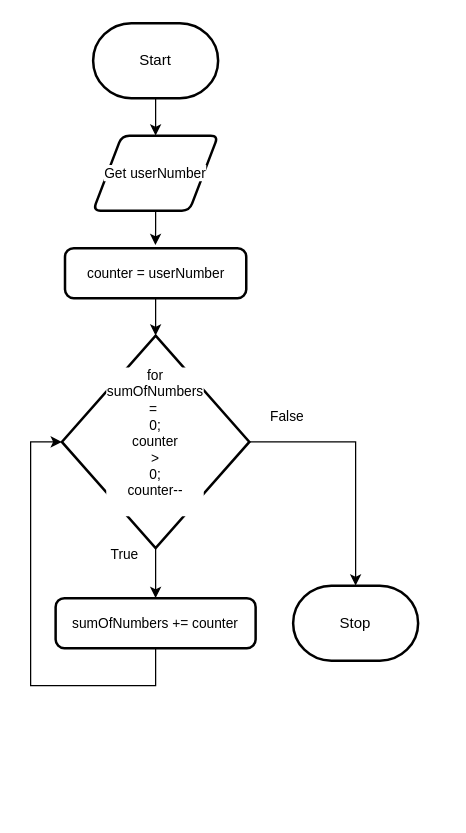
Earlier version of the draw.io diagram design/flowchart.drawio (MTHS-ICD2O-1-2024/ICD2O-Unit-5-07-bain-liao-1). Source tidied: cells renumbered, new cells numbered last; positions are measured from the earlier drawing's top-left corner, leaving out a move shared by most shapes. Both pictures are drawn from the tidied source at 125%, with x=0, y=0 at pixel (30, 22).
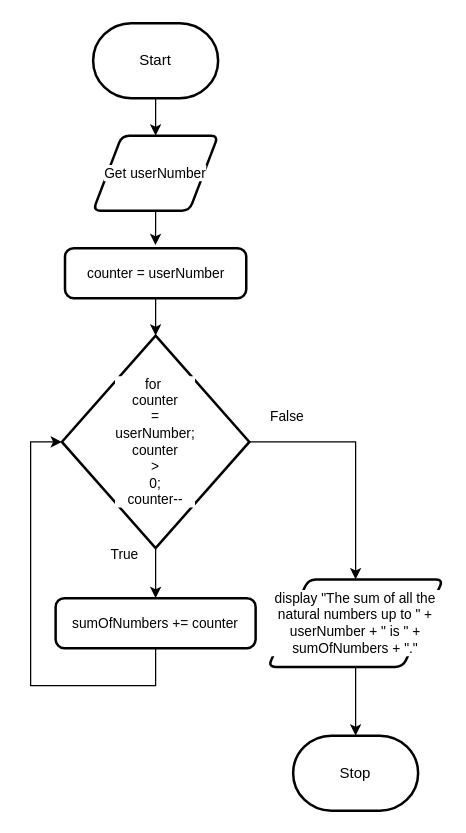
The same page after the edit.

Commit message (it also covers changes not shown here):
created program that calculates the sum of numbers and updated flowchart

Change to the diagram source:
```diff
@@
     <mxCell id="4" value="Stop" style="strokeWidth=2;html=1;shape=mxgraph.flowchart.terminator;whiteSpace=wrap;" parent="1" vertex="1">
-      <mxGeometry x="210" y="450" width="100" height="60" as="geometry" />
+      <mxGeometry x="210" y="570" width="100" height="60" as="geometry" />
     </mxCell>
@@
-    <mxCell id="7" value="for&lt;div&gt;sumOfNumbers&lt;/div&gt;&lt;div&gt;=&amp;nbsp;&lt;/div&gt;&lt;div&gt;0;&lt;/div&gt;&lt;div&gt;counter&lt;/div&gt;&lt;div&gt;&amp;gt;&lt;/div&gt;&lt;div&gt;0;&lt;/div&gt;&lt;div&gt;counter--&lt;/div&gt;&lt;div&gt;&lt;br&gt;&lt;/div&gt;" style="strokeWidth=2;html=1;shape=mxgraph.flowchart.decision;whiteSpace=wrap;fontFamily=Helvetica;fontSize=11;fontColor=default;labelBackgroundColor=default;" parent="1" vertex="1">
+    <mxCell id="7" value="&lt;div&gt;&lt;font style=&quot;color: light-dark(rgb(0, 0, 0), rgb(255, 255, 255));&quot;&gt;for&amp;nbsp;&lt;/font&gt;&lt;/div&gt;&lt;div&gt;&lt;font style=&quot;color: light-dark(rgb(0, 0, 0), rgb(255, 255, 255));&quot;&gt;counter&lt;/font&gt;&lt;/div&gt;&lt;div&gt;&lt;span style=&quot;background-color: light-dark(#ffffff, var(--ge-dark-color, #121212));&quot;&gt;&lt;font style=&quot;color: light-dark(rgb(0, 0, 0), rgb(255, 255, 255));&quot;&gt;=&lt;/font&gt;&lt;/span&gt;&lt;/div&gt;&lt;div&gt;&lt;font style=&quot;color: light-dark(rgb(0, 0, 0), rgb(255, 255, 255));&quot;&gt;userNumber;&lt;/font&gt;&lt;/div&gt;&lt;div&gt;&lt;font style=&quot;color: light-dark(rgb(0, 0, 0), rgb(255, 255, 255));&quot;&gt;counter&lt;/font&gt;&lt;/div&gt;&lt;div&gt;&lt;font style=&quot;color: light-dark(rgb(0, 0, 0), rgb(255, 255, 255));&quot;&gt;&amp;gt;&lt;/font&gt;&lt;/div&gt;&lt;div&gt;&lt;font style=&quot;color: light-dark(rgb(0, 0, 0), rgb(255, 255, 255));&quot;&gt;0;&lt;/font&gt;&lt;/div&gt;&lt;div&gt;&lt;font style=&quot;color: light-dark(rgb(0, 0, 0), rgb(255, 255, 255));&quot;&gt;counter--&lt;/font&gt;&lt;/div&gt;" style="strokeWidth=2;html=1;shape=mxgraph.flowchart.decision;whiteSpace=wrap;fontFamily=Helvetica;fontSize=11;fontColor=default;labelBackgroundColor=default;" parent="1" vertex="1">
       <mxGeometry x="25" y="250" width="150" height="170" as="geometry" />
     </mxCell>
@@
-    <mxCell id="13" style="edgeStyle=orthogonalEdgeStyle;shape=connector;rounded=0;html=1;exitX=1;exitY=0.5;exitDx=0;exitDy=0;exitPerimeter=0;entryX=0.5;entryY=0;entryDx=0;entryDy=0;entryPerimeter=0;strokeColor=default;align=center;verticalAlign=middle;fontFamily=Helvetica;fontSize=11;fontColor=default;labelBackgroundColor=default;endArrow=classic;" parent="1" edge="1" source="7" target="4">
-      <mxGeometry relative="1" as="geometry" />
+    <mxCell id="13" style="edgeStyle=orthogonalEdgeStyle;shape=connector;rounded=0;html=1;exitX=1;exitY=0.5;exitDx=0;exitDy=0;exitPerimeter=0;strokeColor=default;align=center;verticalAlign=middle;fontFamily=Helvetica;fontSize=11;fontColor=default;labelBackgroundColor=default;endArrow=classic;entryX=0.5;entryY=0;entryDx=0;entryDy=0;" parent="1" edge="1" source="7" target="16">
+      <mxGeometry relative="1" as="geometry">
+        <Array as="points">
+          <mxPoint x="260" y="335" />
+        </Array>
+      </mxGeometry>
     </mxCell>
@@
+    <mxCell id="16" value="display&amp;nbsp;&quot;The sum of all the natural numbers up to &quot; + userNumber + &quot; is &quot; + sumOfNumbers + &quot;.&quot;" style="shape=parallelogram;html=1;strokeWidth=2;perimeter=parallelogramPerimeter;whiteSpace=wrap;rounded=1;arcSize=12;size=0.23;fontFamily=Helvetica;fontSize=11;fontColor=default;labelBackgroundColor=default;" parent="1" vertex="1">
+      <mxGeometry x="190" y="445" width="140" height="70" as="geometry" />
+    </mxCell>
+    <mxCell id="17" style="edgeStyle=orthogonalEdgeStyle;shape=connector;rounded=0;html=1;exitX=0.5;exitY=1;exitDx=0;exitDy=0;entryX=0.5;entryY=0;entryDx=0;entryDy=0;entryPerimeter=0;strokeColor=default;align=center;verticalAlign=middle;fontFamily=Helvetica;fontSize=11;fontColor=default;labelBackgroundColor=default;endArrow=classic;" parent="1" edge="1" source="16" target="4">
+      <mxGeometry relative="1" as="geometry" />
+    </mxCell>
```
